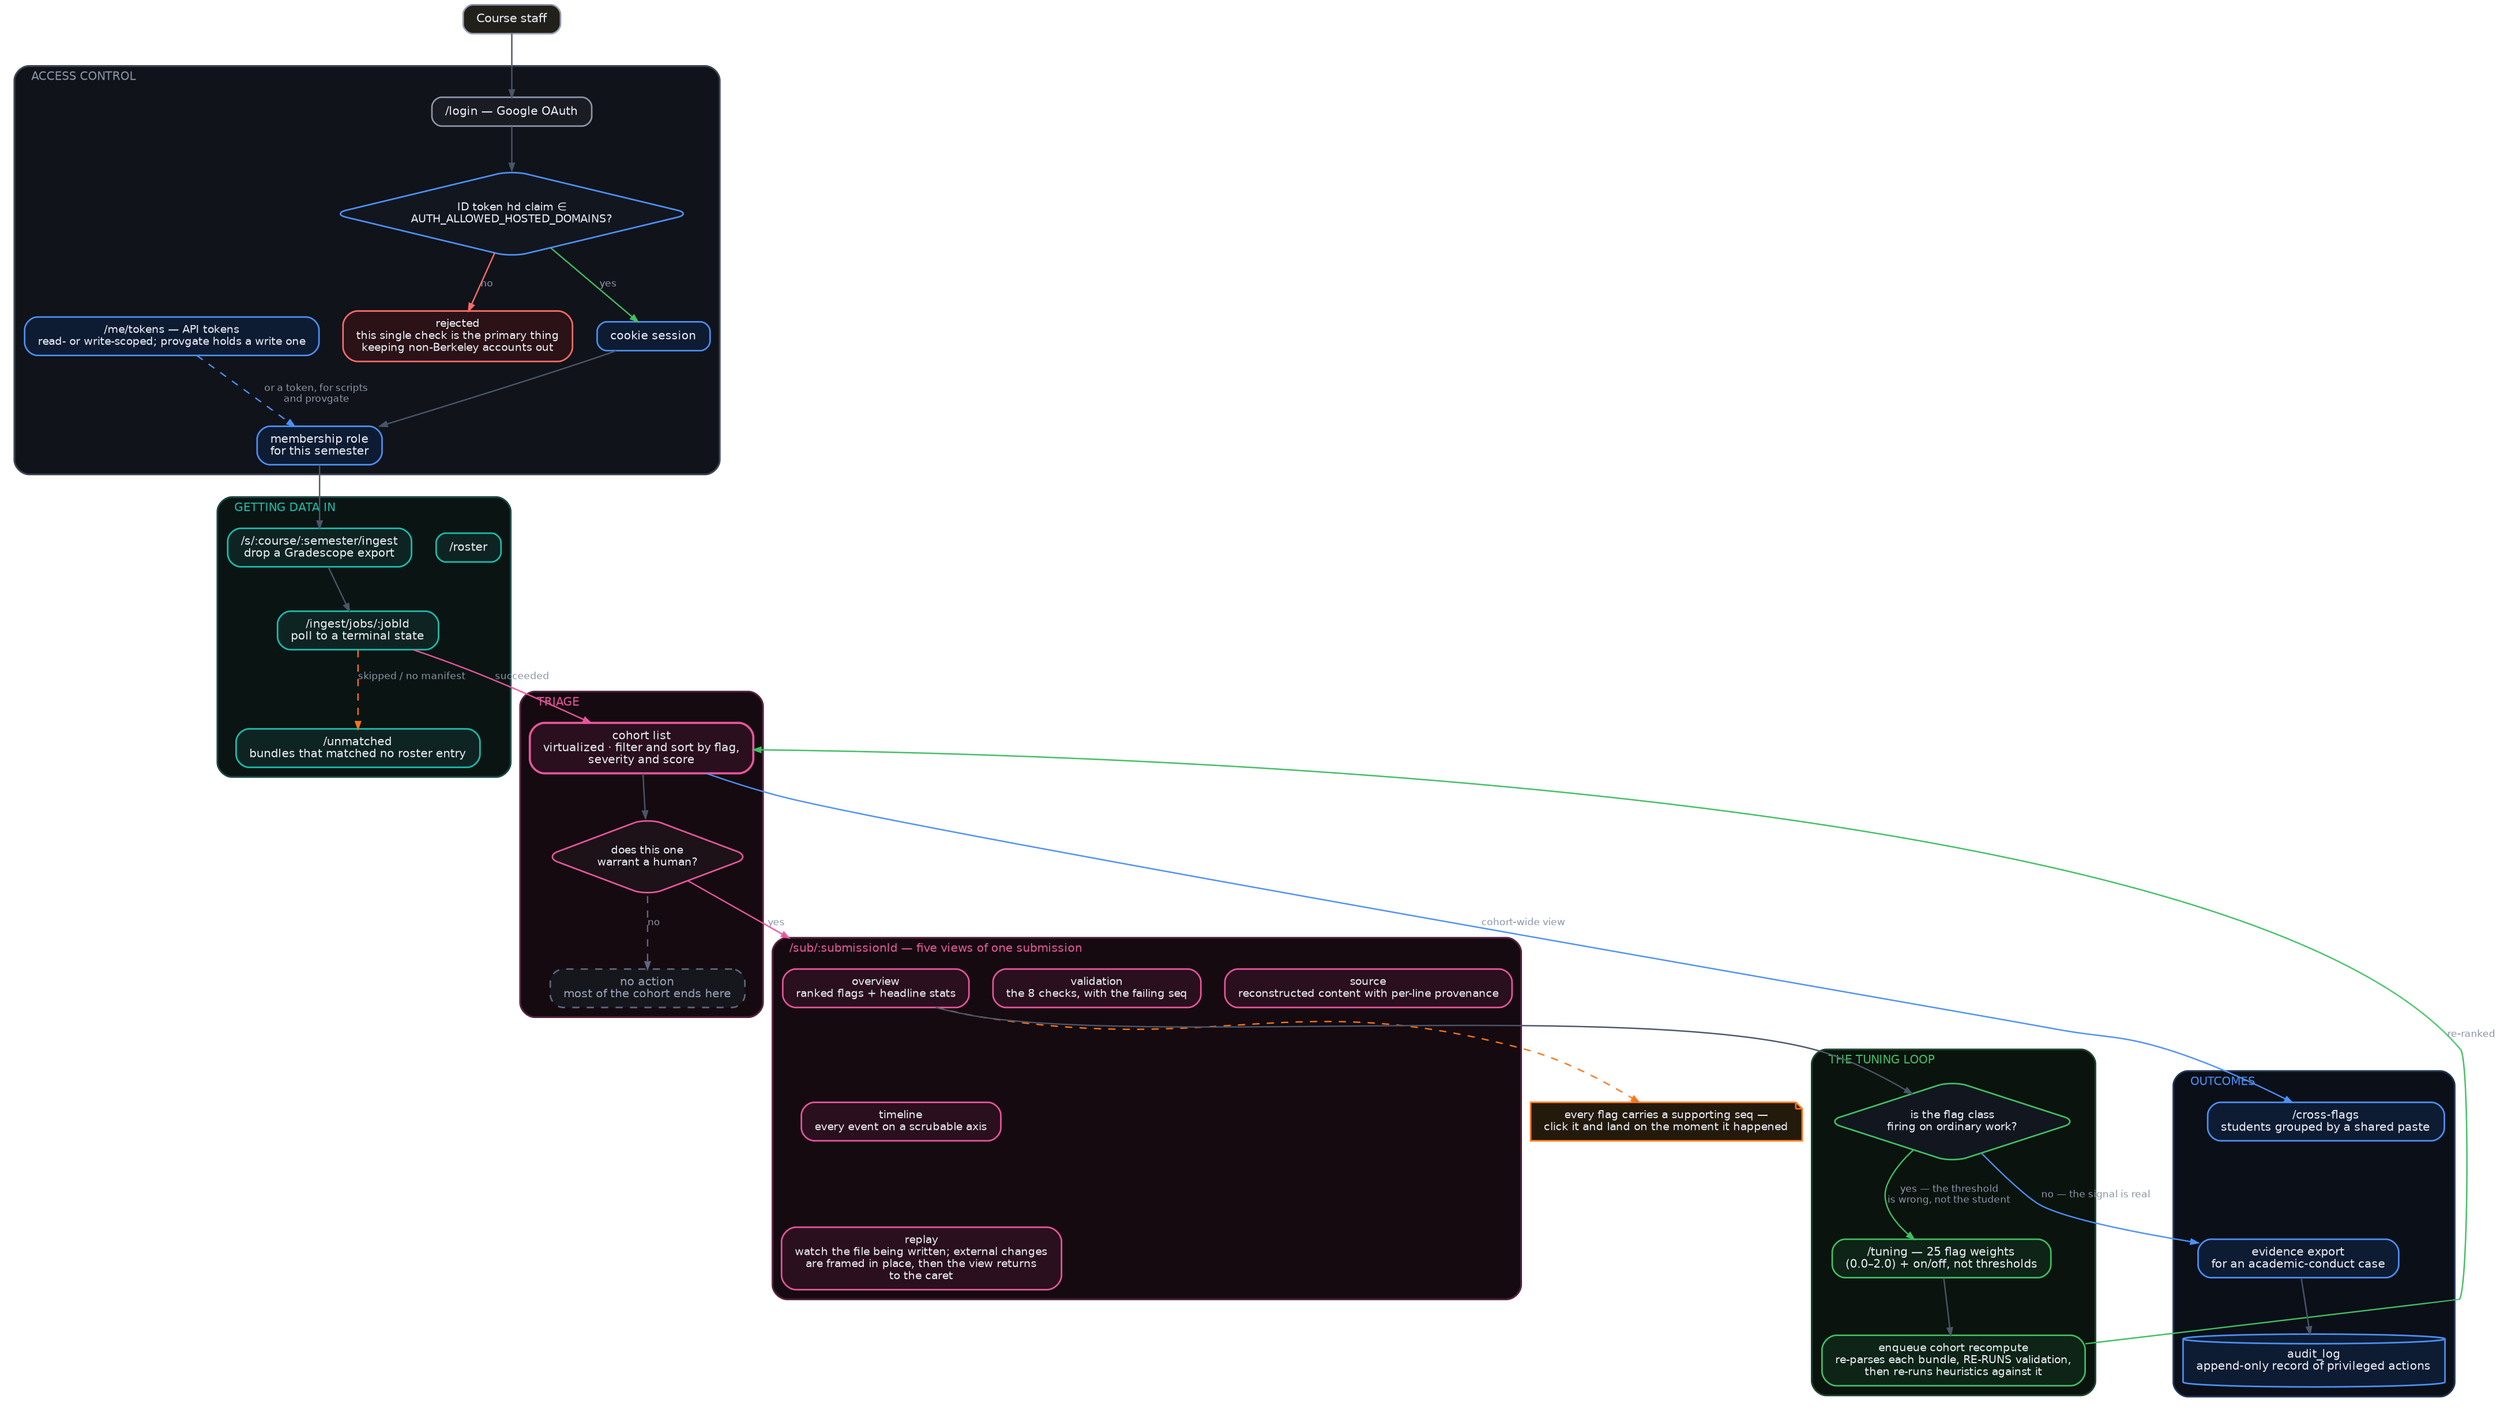
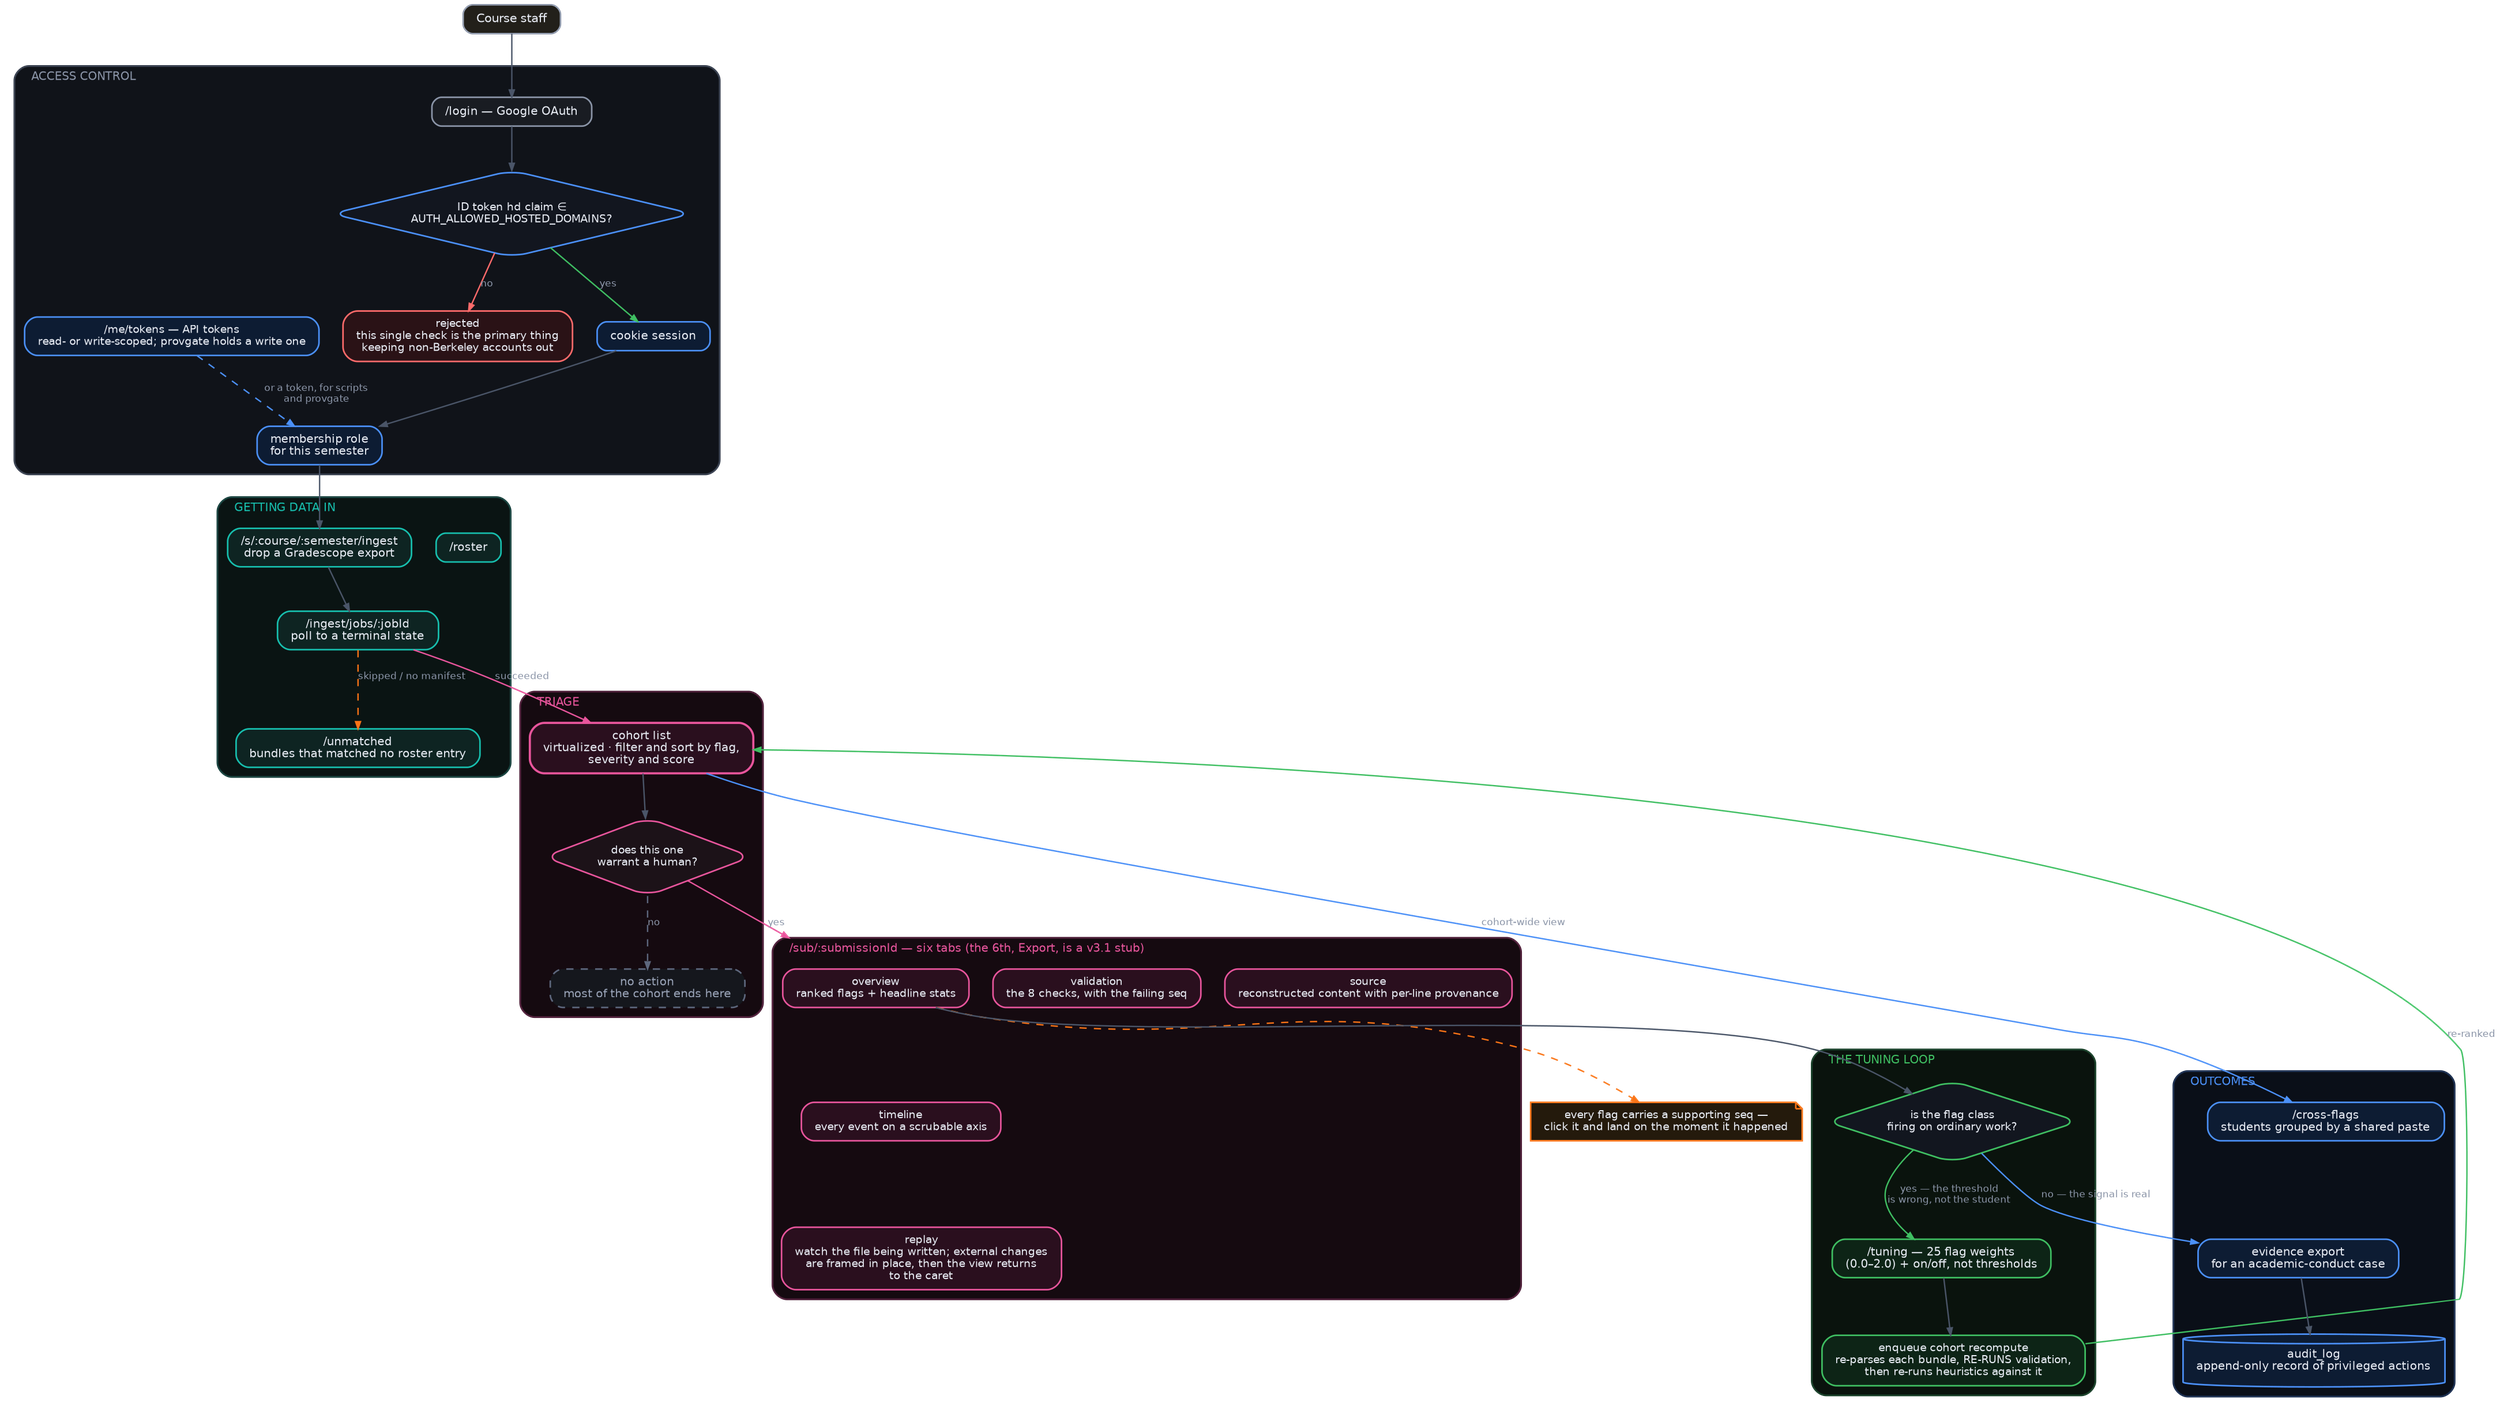
digraph staff {
  bgcolor="transparent" rankdir=TB splines=spline compound=true
  nodesep=0.28 ranksep=0.50 fontname="Helvetica"
  node [shape=box style="filled,rounded" fontname="Helvetica" fontsize=10
        fontcolor="#e8ecf4" fillcolor="#161b26" color="#3a4457" penwidth=1.3
        margin="0.15,0.08" height=0.34]
  edge [fontname="Helvetica" fontsize=8.2 fontcolor="#8b95a8"
        color="#4a5568" arrowsize=0.6 penwidth=1.15]

  staff [label="Course staff" fillcolor="#22201a" color="#8b95a8"]

  subgraph cluster_auth {
    label="  ACCESS CONTROL  " fontsize=9.5 fontcolor="#8b95a8" color="#333b4a"
    penwidth=1.5 style=rounded bgcolor="#101319" labeljust="l"
    node [fillcolor="#191c22" color="#8b95a8" fontsize=9.5]
    login [label="/login — Google OAuth"]
    hd    [label="ID token hd claim ∈\nAUTH_ALLOWED_HOSTED_DOMAINS?" shape=diamond
           fillcolor="#12161f" color="#4b90f7" fontsize=9 height=1.0 width=2.4]
    deny  [label="rejected\nthis single check is the primary thing\nkeeping non-Berkeley accounts out"
           fillcolor="#2a1216" color="#ff6b6b" fontsize=9]
    sess  [label="cookie session" fillcolor="#0d1c33" color="#4b90f7"]
    tok   [label="/me/tokens — API tokens\nread- or write-scoped; provgate holds a write one"
           fillcolor="#0d1c33" color="#4b90f7" fontsize=9]
    role  [label="membership role\nfor this semester" fillcolor="#0d1c33" color="#4b90f7" fontsize=9.5]
  }

  subgraph cluster_get {
    label="  GETTING DATA IN  " fontsize=9.5 fontcolor="#17bfae" color="#123c38"
    penwidth=1.5 style=rounded bgcolor="#0a1413" labeljust="l"
    node [fillcolor="#0e2422" color="#17bfae" fontsize=9.5]
    ing   [label="/s/:course/:semester/ingest\ndrop a Gradescope export"]
    job   [label="/ingest/jobs/:jobId\npoll to a terminal state"]
    unm   [label="/unmatched\nbundles that matched no roster entry"]
    ros   [label="/roster"]
  }

  subgraph cluster_triage {
    label="  TRIAGE  " fontsize=9.5 fontcolor="#e8559c" color="#4a1b35"
    penwidth=1.5 style=rounded bgcolor="#150a10" labeljust="l"
    node [fillcolor="#2a0f1e" color="#e8559c" fontsize=9.5]
    cohort [label="cohort list\nvirtualized · filter and sort by flag,\nseverity and score" penwidth=1.8]
    q      [label="does this one\nwarrant a human?" shape=diamond fillcolor="#1c1218"
            fontsize=9 height=0.9 width=1.9]
    none   [label="no action\nmost of the cohort ends here" fillcolor="#15171d" color="#5d677d"
            fontcolor="#98a2b6" style="filled,rounded,dashed" fontsize=9.5]
  }

  subgraph cluster_drill {
-     label="  /sub/:submissionId — five views of one submission  " fontsize=9.5
+     label="  /sub/:submissionId — six tabs (the 6th, Export, is a v3.1 stub)  " fontsize=9.5
    fontcolor="#e8559c" color="#4a1b35" penwidth=1.5 style=rounded
    bgcolor="#150a10" labeljust="l"
    node [fillcolor="#2a0f1e" color="#e8559c" fontsize=9]
    t1 [label="overview\nranked flags + headline stats"]
    t2 [label="timeline\nevery event on a scrubable axis"]
    t3 [label="replay\nwatch the file being written; external changes\nare framed in place, then the view returns\nto the caret"]
    t4 [label="validation\nthe 8 checks, with the failing seq"]
    t5 [label="source\nreconstructed content with per-line provenance"]
  }

  jump [label="every flag carries a supporting seq —\nclick it and land on the moment it happened"
        shape=note fillcolor="#241a0c" color="#F97316" fontsize=9]

  subgraph cluster_loop {
    label="  THE TUNING LOOP  " fontsize=9.5 fontcolor="#3fbf62" color="#153c25"
    penwidth=1.5 style=rounded bgcolor="#0a130d" labeljust="l"
    node [fillcolor="#0d2416" color="#3fbf62" fontsize=9.5]
    judge [label="is the flag class\nfiring on ordinary work?" shape=diamond fillcolor="#12161f"
           fontsize=9 height=0.95 width=2.2]
    tune  [label="/tuning — 25 flag weights\n(0.0–2.0) + on/off, not thresholds"]
    recomp[label="enqueue cohort recompute\nre-parses each bundle, RE-RUNS validation,\nthen re-runs heuristics against it" fontsize=9]
  }

  subgraph cluster_out {
    label="  OUTCOMES  " fontsize=9.5 fontcolor="#4b90f7" color="#16294a"
    penwidth=1.5 style=rounded bgcolor="#0a0f18" labeljust="l"
    node [fillcolor="#0d1c33" color="#4b90f7" fontsize=9.5]
    xflags [label="/cross-flags\nstudents grouped by a shared paste"]
    exp    [label="evidence export\nfor an academic-conduct case"]
    audit  [label="audit_log\nappend-only record of privileged actions"
            shape=cylinder height=0.55]
  }

  staff -> login
  login -> hd
  hd -> deny [label="no" color="#ff6b6b"]
  hd -> sess [label="yes" color="#3fbf62"]
  sess -> role
  tok -> role [label="or a token, for scripts\nand provgate" color="#4b90f7" style=dashed]
  role -> ing
  ing -> job
  job -> unm [label="skipped / no manifest" color="#F97316" style=dashed]
  job -> cohort [label="succeeded" color="#e8559c"]
  ros -> cohort [style=invis]

  cohort -> q
  q -> none [label="no" color="#5d677d" style=dashed]
  q -> t1   [label="yes" color="#e8559c" lhead=cluster_drill]
  t1 -> t2 [style=invis]
  t2 -> t3 [style=invis]
  t1 -> jump [color="#F97316" style=dashed]

  t1 -> judge
  judge -> tune [label="yes — the threshold\nis wrong, not the student" color="#3fbf62"]
  tune -> recomp
  recomp -> cohort [label="re-ranked" color="#3fbf62" constraint=false]
  judge -> exp [label="no — the signal is real" color="#4b90f7"]

  t5 -> exp [style=invis]
  cohort -> xflags [label="cohort-wide view" color="#4b90f7" constraint=false]
  exp -> audit
  xflags -> exp [style=invis]
}
